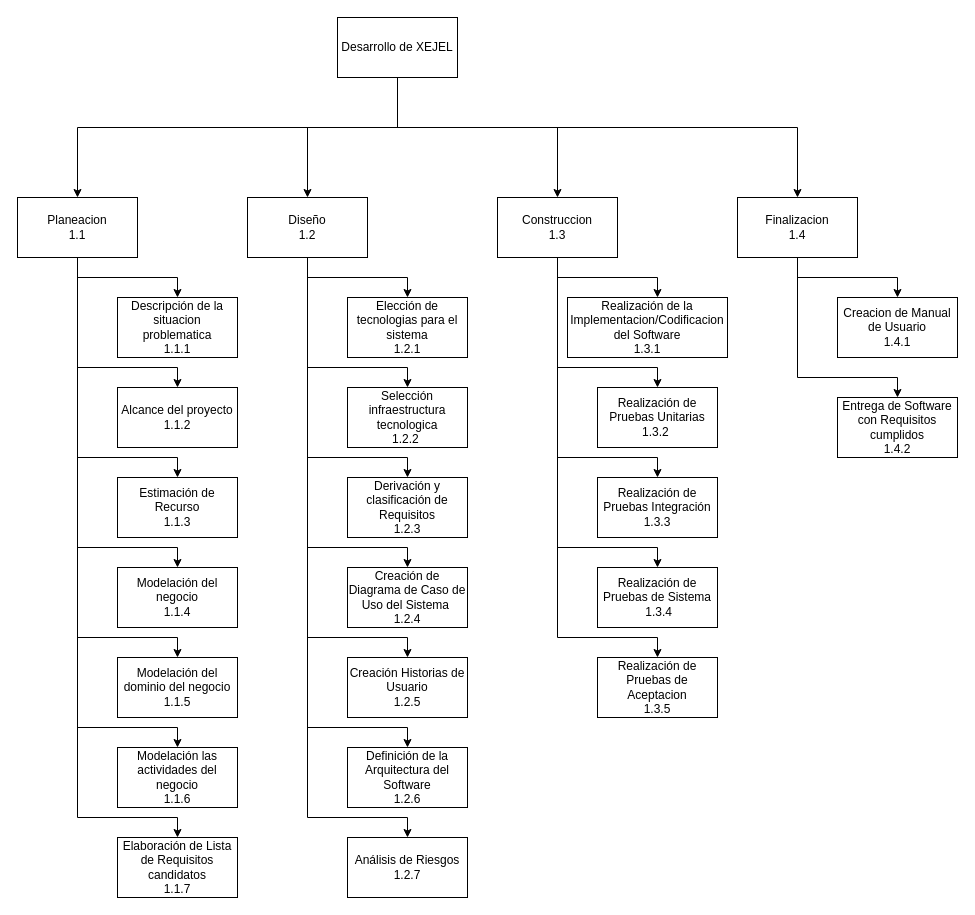
Above: Diccionario EDT.drawio in DJ190502/DrawIO (draw.io), before the change. Source tidied: cells renumbered, new cells numbered last; positions are measured from the earlier drawing's top-left corner, leaving out a move shared by most shapes. Both pictures are drawn from the tidied source at 100%, with x=0, y=0 at pixel (17, 17).
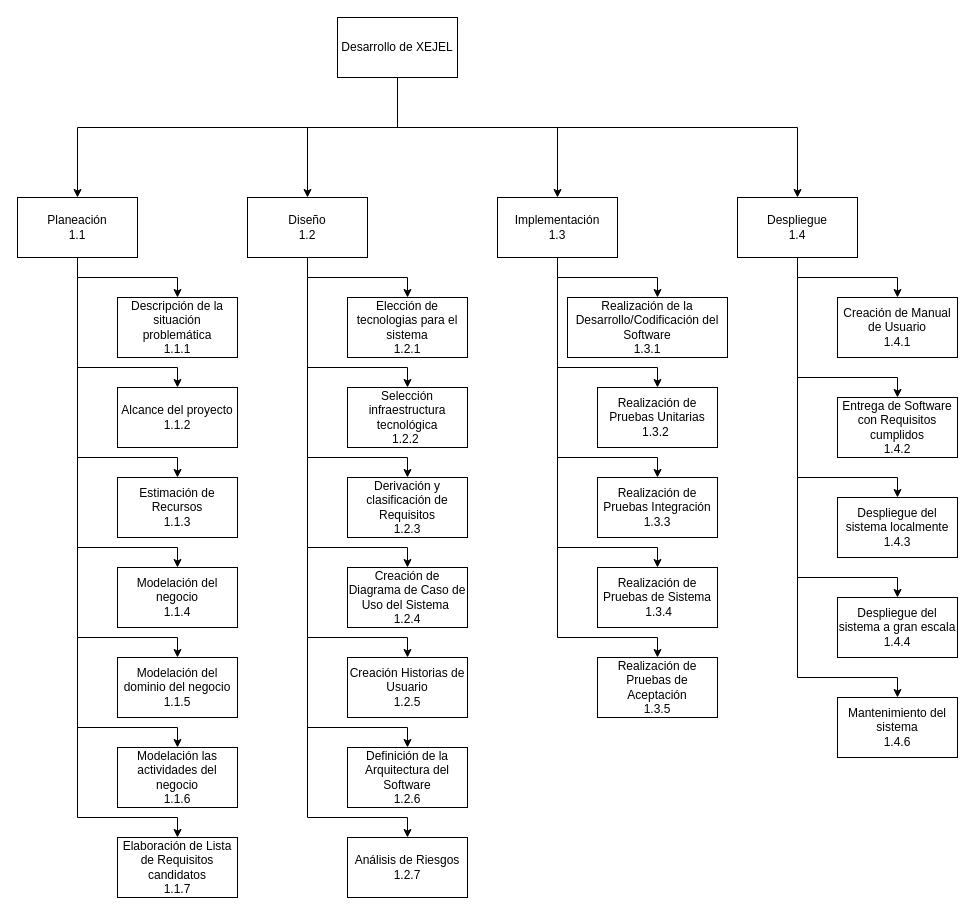
Above is the later version.

Change to the diagram source:
```diff
@@
-    <mxCell id="11" value="Planeacion&lt;div&gt;1.1&lt;/div&gt;" style="rounded=0;whiteSpace=wrap;html=1;" parent="1" vertex="1">
+    <mxCell id="11" value="Planeación&lt;div&gt;1.1&lt;/div&gt;" style="rounded=0;whiteSpace=wrap;html=1;" parent="1" vertex="1">
       <mxGeometry y="180" width="120" height="60" as="geometry" />
     </mxCell>
@@
-    <mxCell id="13" value="&lt;div&gt;Construccion&lt;/div&gt;&lt;div&gt;1.3&lt;/div&gt;" style="whiteSpace=wrap;html=1;rounded=0;" parent="1" vertex="1">
+    <mxCell id="13" value="&lt;div&gt;&lt;span style=&quot;background-color: initial;&quot;&gt;Implementación&lt;/span&gt;&lt;/div&gt;&lt;div&gt;&lt;span style=&quot;background-color: initial;&quot;&gt;1.3&lt;/span&gt;&lt;/div&gt;" style="whiteSpace=wrap;html=1;rounded=0;" parent="1" vertex="1">
       <mxGeometry x="480" y="180" width="120" height="60" as="geometry" />
     </mxCell>
@@
-    <mxCell id="16" value="Finalizacion&lt;div&gt;1.4&lt;/div&gt;" style="whiteSpace=wrap;html=1;rounded=0;" parent="1" vertex="1">
+    <mxCell id="16" value="Despliegue&lt;div&gt;1.4&lt;/div&gt;" style="whiteSpace=wrap;html=1;rounded=0;" parent="1" vertex="1">
       <mxGeometry x="720" y="180" width="120" height="60" as="geometry" />
     </mxCell>
-    <mxCell id="17" value="Descripción de la situacion problematica&lt;div&gt;1.1.1&lt;/div&gt;" style="whiteSpace=wrap;html=1;rounded=0;" parent="1" vertex="1">
+    <mxCell id="17" value="Descripción de la situación problemática&lt;div&gt;1.1.1&lt;/div&gt;" style="whiteSpace=wrap;html=1;rounded=0;" parent="1" vertex="1">
       <mxGeometry x="100" y="280" width="120" height="60" as="geometry" />
     </mxCell>
@@
-    <mxCell id="19" value="Estimación de Recurso&lt;div&gt;1.1.3&lt;/div&gt;" style="whiteSpace=wrap;html=1;rounded=0;" parent="1" vertex="1">
+    <mxCell id="19" value="Estimación de Recursos&lt;div&gt;1.1.3&lt;/div&gt;" style="whiteSpace=wrap;html=1;rounded=0;" parent="1" vertex="1">
       <mxGeometry x="100" y="460" width="120" height="60" as="geometry" />
     </mxCell>
@@
-    <mxCell id="26" value="Selección infraestructura tecnologica&lt;div&gt;1.2.2&amp;nbsp;&lt;/div&gt;" style="whiteSpace=wrap;html=1;rounded=0;" parent="1" vertex="1">
+    <mxCell id="26" value="Selección infraestructura tecnológica&lt;div&gt;1.2.2&amp;nbsp;&lt;/div&gt;" style="whiteSpace=wrap;html=1;rounded=0;" parent="1" vertex="1">
       <mxGeometry x="330" y="370" width="120" height="60" as="geometry" />
     </mxCell>
@@
-    <mxCell id="45" value="Realización de la Implementacion/Codificacion del Software&lt;div&gt;1.3.1&lt;/div&gt;" style="whiteSpace=wrap;html=1;rounded=0;" parent="1" vertex="1">
+    <mxCell id="45" value="Realización de la Desarrollo/Codificación del Software&lt;div&gt;1.3.1&lt;/div&gt;" style="whiteSpace=wrap;html=1;rounded=0;" parent="1" vertex="1">
       <mxGeometry x="550" y="280" width="160" height="60" as="geometry" />
     </mxCell>
@@
-    <mxCell id="50" value="&lt;div&gt;Realización de Pruebas de Aceptacion&lt;/div&gt;&lt;div&gt;1.3.5&lt;/div&gt;" style="whiteSpace=wrap;html=1;rounded=0;" parent="1" vertex="1">
+    <mxCell id="50" value="&lt;div&gt;Realización de Pruebas de Aceptación&lt;/div&gt;&lt;div&gt;1.3.5&lt;/div&gt;" style="whiteSpace=wrap;html=1;rounded=0;" parent="1" vertex="1">
       <mxGeometry x="580" y="640" width="120" height="60" as="geometry" />
     </mxCell>
-    <mxCell id="51" value="Creacion de Manual de Usuario&lt;div&gt;1.4.1&lt;/div&gt;" style="whiteSpace=wrap;html=1;rounded=0;" parent="1" vertex="1">
+    <mxCell id="51" value="Creación de Manual de Usuario&lt;div&gt;1.4.1&lt;/div&gt;" style="whiteSpace=wrap;html=1;rounded=0;" parent="1" vertex="1">
       <mxGeometry x="820" y="280" width="120" height="60" as="geometry" />
     </mxCell>
@@
+    <mxCell id="53" style="edgeStyle=orthogonalEdgeStyle;rounded=0;jettySize=auto;html=1;" parent="1" edge="1" target="54">
+      <mxGeometry relative="1" as="geometry">
+        <mxPoint x="780" y="340" as="sourcePoint" />
+        <Array as="points">
+          <mxPoint x="780" y="460" />
+          <mxPoint x="880" y="460" />
+        </Array>
+      </mxGeometry>
+    </mxCell>
+    <mxCell id="54" value="&lt;div&gt;Despliegue del sistema localmente&lt;/div&gt;&lt;div&gt;1.4.3&lt;/div&gt;" style="whiteSpace=wrap;html=1;rounded=0;" parent="1" vertex="1">
+      <mxGeometry x="820" y="480" width="120" height="60" as="geometry" />
+    </mxCell>
+    <mxCell id="55" style="edgeStyle=orthogonalEdgeStyle;rounded=0;jettySize=auto;html=1;" parent="1" edge="1" target="56">
+      <mxGeometry relative="1" as="geometry">
+        <mxPoint x="780" y="440" as="sourcePoint" />
+        <Array as="points">
+          <mxPoint x="780" y="560" />
+          <mxPoint x="880" y="560" />
+        </Array>
+      </mxGeometry>
+    </mxCell>
+    <mxCell id="56" value="&lt;div&gt;Despliegue del sistema a gran escala&lt;/div&gt;&lt;div&gt;1.4.4&lt;/div&gt;" style="whiteSpace=wrap;html=1;rounded=0;" parent="1" vertex="1">
+      <mxGeometry x="820" y="580" width="120" height="60" as="geometry" />
+    </mxCell>
+    <mxCell id="57" style="edgeStyle=orthogonalEdgeStyle;rounded=0;jettySize=auto;html=1;" parent="1" edge="1" target="58">
+      <mxGeometry relative="1" as="geometry">
+        <mxPoint x="780" y="540" as="sourcePoint" />
+        <Array as="points">
+          <mxPoint x="780" y="660" />
+          <mxPoint x="880" y="660" />
+        </Array>
+      </mxGeometry>
+    </mxCell>
+    <mxCell id="58" value="&lt;div&gt;Mantenimiento del sistema&lt;/div&gt;&lt;div&gt;1.4.6&lt;/div&gt;" style="whiteSpace=wrap;html=1;rounded=0;" parent="1" vertex="1">
+      <mxGeometry x="820" y="680" width="120" height="60" as="geometry" />
+    </mxCell>
```
